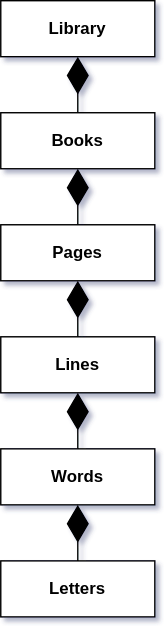
WilliamWoha/csjournal keeps this draw.io diagram as docs/Semester2/OOP/images/composition_2.svg. Above is the earlier version. Source tidied: cells renumbered, new cells last; positions are measured from the earlier drawing's top-left corner, leaving out a move shared by most shapes. Source of this version:
```xml
<mxGraphModel shadow="1">
  <root>
    <mxCell id="0" />
    <mxCell id="1" parent="0" />
    <mxCell id="2" value="&lt;b&gt;Library&lt;/b&gt;" style="html=1;whiteSpace=wrap;" parent="1" vertex="1">
      <mxGeometry width="110" height="40" as="geometry" />
    </mxCell>
    <mxCell id="3" value="&lt;b&gt;Books&lt;/b&gt;" style="html=1;whiteSpace=wrap;" parent="1" vertex="1">
      <mxGeometry y="80" width="110" height="40" as="geometry" />
    </mxCell>
    <mxCell id="4" value="&lt;b&gt;Pages&lt;/b&gt;" style="html=1;whiteSpace=wrap;" parent="1" vertex="1">
      <mxGeometry y="160" width="110" height="40" as="geometry" />
    </mxCell>
    <mxCell id="5" value="&lt;b&gt;Lines&lt;/b&gt;" style="html=1;whiteSpace=wrap;" parent="1" vertex="1">
      <mxGeometry y="240" width="110" height="40" as="geometry" />
    </mxCell>
    <mxCell id="6" value="&lt;b&gt;Words&lt;/b&gt;" style="html=1;whiteSpace=wrap;" parent="1" vertex="1">
      <mxGeometry y="320" width="110" height="40" as="geometry" />
    </mxCell>
    <mxCell id="7" value="&lt;b&gt;Letters&lt;/b&gt;" style="html=1;whiteSpace=wrap;" parent="1" vertex="1">
      <mxGeometry y="400" width="110" height="40" as="geometry" />
    </mxCell>
    <mxCell id="8" style="endArrow=diamondThin;endFill=1;endSize=24;html=1;rounded=0;entryX=0.5;entryY=1;entryDx=0;entryDy=0;" parent="1" edge="1" source="7" target="6">
      <mxGeometry relative="1" as="geometry" />
    </mxCell>
    <mxCell id="9" style="endArrow=diamondThin;endFill=1;endSize=24;html=1;rounded=0;entryX=0.5;entryY=1;entryDx=0;entryDy=0;" parent="1" edge="1" source="6" target="5">
      <mxGeometry relative="1" as="geometry" />
    </mxCell>
    <mxCell id="10" style="endArrow=diamondThin;endFill=1;endSize=24;html=1;rounded=0;entryX=0.5;entryY=1;entryDx=0;entryDy=0;" parent="1" edge="1" source="5" target="4">
      <mxGeometry relative="1" as="geometry" />
    </mxCell>
    <mxCell id="11" style="endArrow=diamondThin;endFill=1;endSize=24;html=1;rounded=0;entryX=0.5;entryY=1;entryDx=0;entryDy=0;" parent="1" edge="1" source="4" target="3">
      <mxGeometry relative="1" as="geometry" />
    </mxCell>
    <mxCell id="12" style="endArrow=diamondThin;endFill=1;endSize=24;html=1;rounded=0;entryX=0.5;entryY=1;entryDx=0;entryDy=0;" parent="1" edge="1" source="3" target="2">
      <mxGeometry relative="1" as="geometry" />
    </mxCell>
  </root>
</mxGraphModel>
```
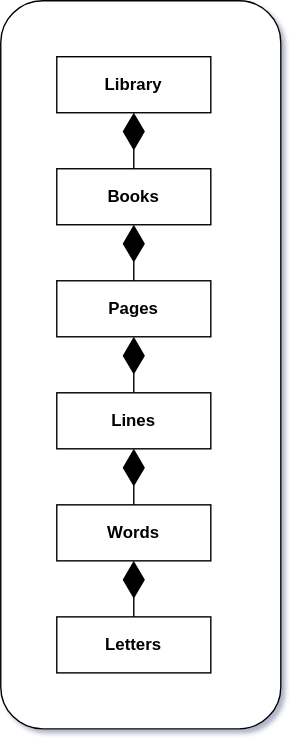
Later version of the same file.

Change to the diagram source:
```diff
@@ -2,6 +2,9 @@
   <root>
     <mxCell id="0" />
     <mxCell id="1" parent="0" />
+    <mxCell id="13" style="rounded=1;whiteSpace=wrap;html=1;" parent="1" vertex="1">
+      <mxGeometry x="-40" y="-40" width="200" height="520" as="geometry" />
+    </mxCell>
     <mxCell id="2" value="&lt;b&gt;Library&lt;/b&gt;" style="html=1;whiteSpace=wrap;" parent="1" vertex="1">
       <mxGeometry width="110" height="40" as="geometry" />
     </mxCell>
@@ -32,7 +35,7 @@
     <mxCell id="11" style="endArrow=diamondThin;endFill=1;endSize=24;html=1;rounded=0;entryX=0.5;entryY=1;entryDx=0;entryDy=0;" parent="1" edge="1" source="4" target="3">
       <mxGeometry relative="1" as="geometry" />
     </mxCell>
-    <mxCell id="12" style="endArrow=diamondThin;endFill=1;endSize=24;html=1;rounded=0;entryX=0.5;entryY=1;entryDx=0;entryDy=0;" parent="1" edge="1" source="3" target="2">
+    <mxCell id="12" style="endArrow=diamondThin;endFill=1;endSize=24;html=1;rounded=0;entryX=0.5;entryY=1;entryDx=0;entryDy=0;shadow=0;strokeWidth=1;targetPerimeterSpacing=0;" parent="1" edge="1" source="3" target="2">
       <mxGeometry relative="1" as="geometry" />
     </mxCell>
   </root>
```
